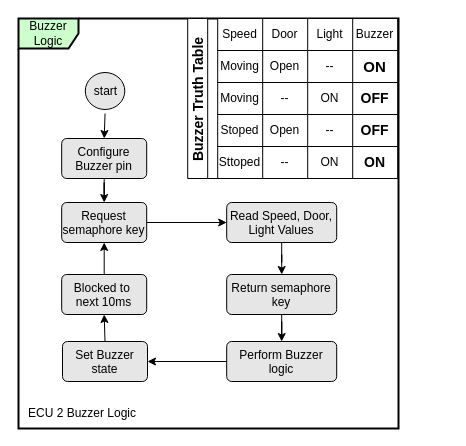
Before: page "Buzzer_Logic" (7 of 9) of 2-Dynamic_Deesign_State_Machine_Diagram.drawio in Mohamed-abdullah-hassan/EG-FWD_Automotive_door_control, a draw.io diagram. Source tidied: cells renumbered, new cells numbered last; positions are measured from the earlier drawing's top-left corner, leaving out a move shared by most shapes. Both pictures are drawn from the tidied source at 100%, with x=0, y=0 at pixel (17, 18).
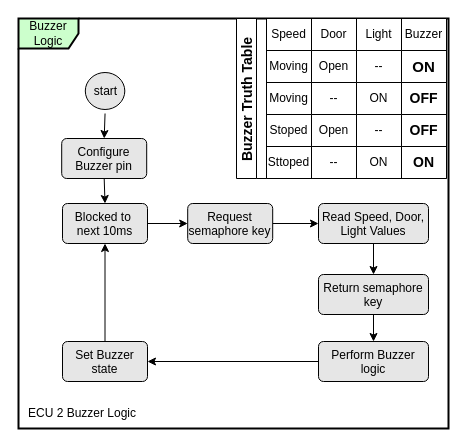
The same diagram, later.

Unchanged cells that the change refers to:
```xml
<mxCell id="6" value="&lt;span style=&quot;&quot;&gt;Configure Buzzer pin&lt;/span&gt;" style="html=1;align=center;verticalAlign=top;rounded=1;absoluteArcSize=1;arcSize=10;dashed=0;fillColor=#E6E6E6;whiteSpace=wrap;" parent="2" vertex="1">
  <mxGeometry x="43.2" y="120" width="85" height="40" as="geometry" />
</mxCell>
```

Change to the diagram source:
```diff
@@
     <mxCell id="2" value="Buzzer Logic" style="shape=umlFrame;whiteSpace=wrap;fillColor=#CCFFCC;strokeWidth=2;" parent="1" vertex="1">
-      <mxGeometry x="1" width="380" height="410" as="geometry" />
+      <mxGeometry x="1" width="430" height="410" as="geometry" />
     </mxCell>
@@
-    <mxCell id="5" style="edgeStyle=orthogonalEdgeStyle;rounded=0;jettySize=auto;html=1;" parent="2" edge="1" source="6" target="11">
-      <mxGeometry relative="1" as="geometry" />
-    </mxCell>
+    <mxCell id="47" style="edgeStyle=orthogonalEdgeStyle;rounded=0;jettySize=auto;html=1;exitX=0.5;exitY=1;exitDx=0;exitDy=0;entryX=0.5;entryY=0;entryDx=0;entryDy=0;strokeWidth=1;fontSize=12;startSize=0;" parent="2" edge="1" source="6" target="9">
+      <mxGeometry relative="1" as="geometry" />
+    </mxCell>
@@
     <mxCell id="7" value="Read Speed, Door, Light Values" style="html=1;align=center;verticalAlign=top;rounded=1;absoluteArcSize=1;arcSize=10;dashed=0;fillColor=#E6E6E6;strokeColor=rgb(0, 0, 0);fontColor=rgb(0, 0, 0);whiteSpace=wrap;" parent="2" vertex="1">
-      <mxGeometry x="208.2" y="184" width="110" height="40" as="geometry" />
+      <mxGeometry x="300" y="185" width="110" height="40" as="geometry" />
     </mxCell>
-    <mxCell id="8" style="edgeStyle=orthogonalEdgeStyle;rounded=0;jettySize=auto;html=1;exitX=0.5;exitY=0;exitDx=0;exitDy=0;entryX=0.5;entryY=1;entryDx=0;entryDy=0;" parent="2" edge="1" source="9" target="11">
+    <mxCell id="8" style="edgeStyle=orthogonalEdgeStyle;rounded=0;jettySize=auto;html=1;exitX=1;exitY=0.5;exitDx=0;exitDy=0;entryX=0;entryY=0.5;entryDx=0;entryDy=0;" parent="2" edge="1" source="9" target="11">
       <mxGeometry relative="1" as="geometry" />
     </mxCell>
     <mxCell id="9" value="Blocked to&amp;nbsp; next 10ms" style="html=1;align=center;verticalAlign=top;rounded=1;absoluteArcSize=1;arcSize=10;dashed=0;fillColor=#E6E6E6;strokeColor=rgb(0, 0, 0);fontColor=rgb(0, 0, 0);whiteSpace=wrap;" parent="2" vertex="1">
-      <mxGeometry x="43.2" y="256" width="85" height="40" as="geometry" />
+      <mxGeometry x="44" y="185" width="85" height="40" as="geometry" />
     </mxCell>
@@
     <mxCell id="11" value="Request semaphore key" style="html=1;align=center;verticalAlign=top;rounded=1;absoluteArcSize=1;arcSize=10;dashed=0;fillColor=#E6E6E6;whiteSpace=wrap;strokeColor=rgb(0, 0, 0);fontColor=rgb(0, 0, 0);" parent="2" vertex="1">
-      <mxGeometry x="43.2" y="184" width="85" height="40" as="geometry" />
+      <mxGeometry x="169.2" y="185" width="85" height="40" as="geometry" />
     </mxCell>
@@
     <mxCell id="14" value="Return semaphore key" style="html=1;align=center;verticalAlign=top;rounded=1;absoluteArcSize=1;arcSize=10;dashed=0;fillColor=#E6E6E6;strokeColor=rgb(0, 0, 0);fontColor=rgb(0, 0, 0);whiteSpace=wrap;" parent="2" vertex="1">
-      <mxGeometry x="208.2" y="256" width="110" height="40" as="geometry" />
+      <mxGeometry x="300" y="256" width="110" height="40" as="geometry" />
     </mxCell>
@@
     <mxCell id="16" value="Perform Buzzer logic" style="html=1;align=center;verticalAlign=top;rounded=1;absoluteArcSize=1;arcSize=10;dashed=0;fillColor=#E6E6E6;strokeColor=rgb(0, 0, 0);fontColor=rgb(0, 0, 0);whiteSpace=wrap;" parent="2" vertex="1">
-      <mxGeometry x="208.2" y="323" width="110" height="40" as="geometry" />
+      <mxGeometry x="300" y="323" width="110" height="40" as="geometry" />
     </mxCell>
@@
     <mxCell id="20" value="Buzzer Truth Table" style="swimlane;horizontal=0;strokeWidth=1;fontSize=14;startSize=20;" parent="2" vertex="1">
-      <mxGeometry x="169.2" width="210" height="160" as="geometry" />
+      <mxGeometry x="218" width="210" height="160" as="geometry" />
     </mxCell>
```
